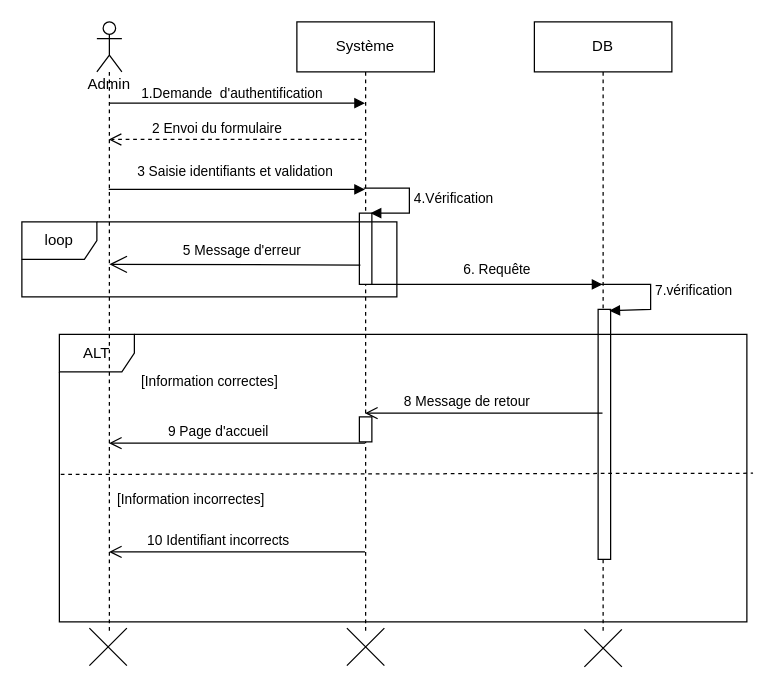
This is page "Authentification" (8 of 18) of Untitled Diagram.drawio from keidy001/virtual-biblio, a draw.io file, before an edit. Source tidied: cells renumbered, new cells numbered last; positions are measured from the earlier drawing's top-left corner, leaving out a move shared by most shapes. Both pictures are drawn from the tidied source at 125%, with x=0, y=0 at pixel (21, 21).
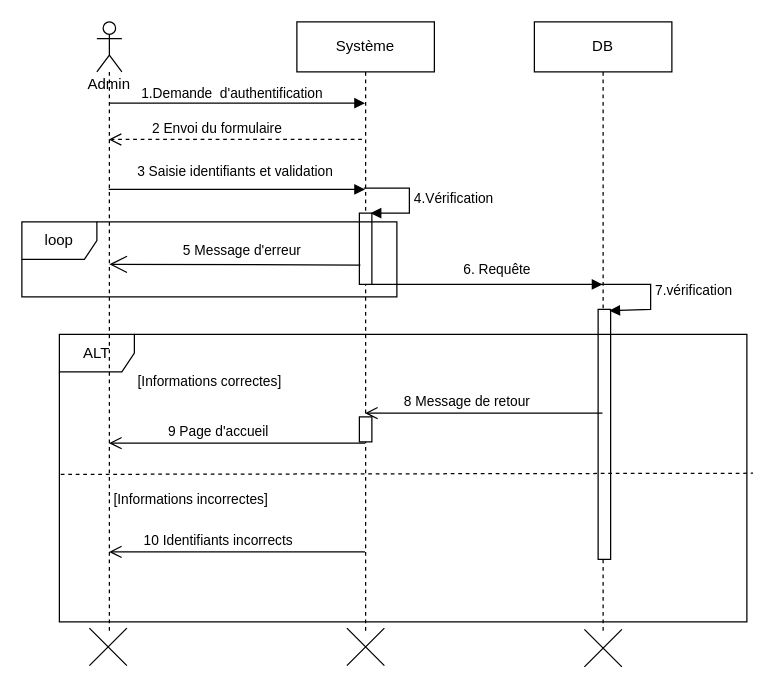
Above is the later version.

What changed in the source:
```diff
@@
-    <mxCell id="13" value="10 Identifiant incorrects" style="html=1;verticalAlign=bottom;endArrow=open;endSize=8;rounded=0;" parent="1" edge="1">
+    <mxCell id="13" value="10 Identifiants incorrects" style="html=1;verticalAlign=bottom;endArrow=open;endSize=8;rounded=0;" parent="1" edge="1">
       <mxGeometry x="0.15" relative="1" as="geometry">
         <mxPoint x="274.5" y="424" as="sourcePoint" />
         <mxPoint x="69.7" y="424" as="targetPoint" />
       </mxGeometry>
     </mxCell>
@@
-    <mxCell id="21" value="[Information correctes]" style="text;html=1;align=center;verticalAlign=middle;strokeColor=none;fillColor=none;fontSize=11;" parent="1" vertex="1">
-      <mxGeometry x="90" y="278" width="120" height="20" as="geometry" />
+    <mxCell id="21" value="[Informations correctes]" style="text;html=1;align=center;verticalAlign=middle;strokeColor=none;fillColor=none;fontSize=11;" parent="1" vertex="1">
+      <mxGeometry x="85" y="278" width="130" height="20" as="geometry" />
     </mxCell>
-    <mxCell id="22" value="[Information incorrectes]" style="text;html=1;align=center;verticalAlign=middle;strokeColor=none;fillColor=none;fontSize=11;" parent="1" vertex="1">
-      <mxGeometry x="70" y="372" width="130" height="20" as="geometry" />
+    <mxCell id="22" value="[Informations incorrectes]" style="text;html=1;align=center;verticalAlign=middle;strokeColor=none;fillColor=none;fontSize=11;" parent="1" vertex="1">
+      <mxGeometry x="65" y="372" width="140" height="20" as="geometry" />
     </mxCell>
```
